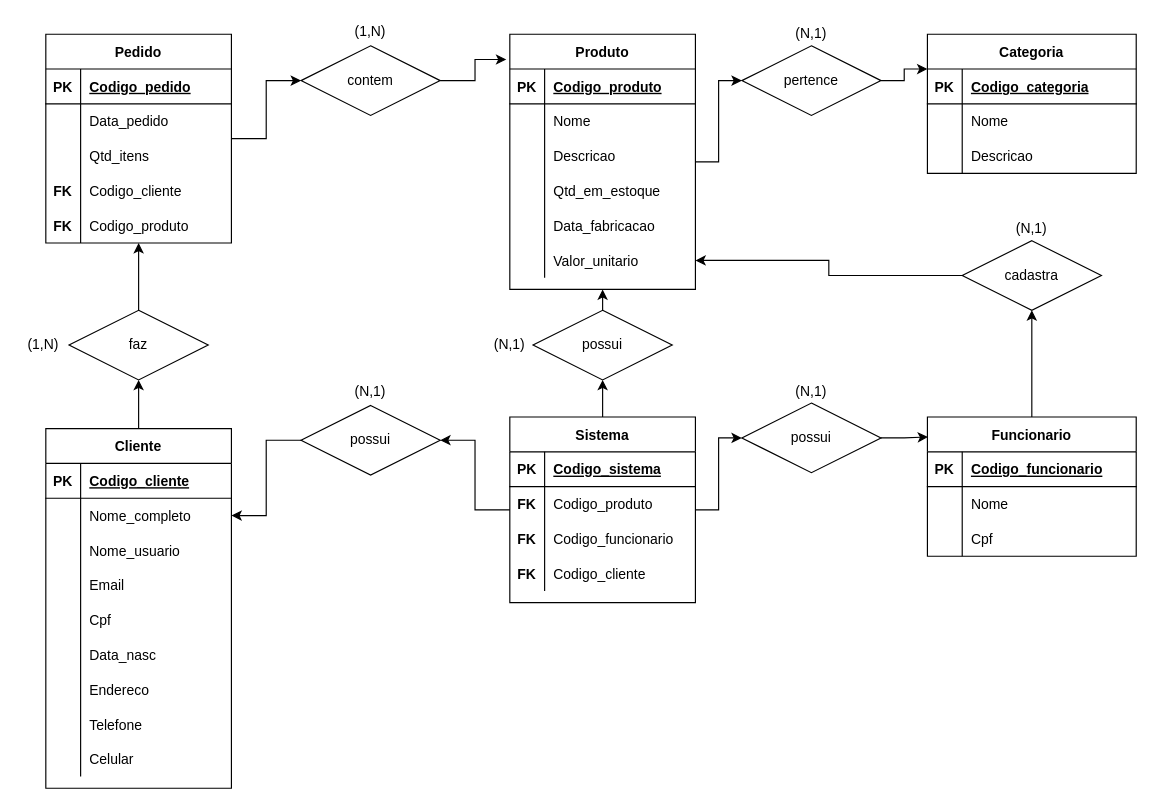
Before: diagrama-er-primeira-versao/diagramaER-turma07-grupo2.drawio in liagiu/projeto-bd-serratec, a draw.io diagram. Source tidied: cells renumbered, new cells numbered last; positions are measured from the earlier drawing's top-left corner, leaving out a move shared by most shapes. Both pictures are drawn from the tidied source at 116%, with x=0, y=0 at pixel (20, 20).
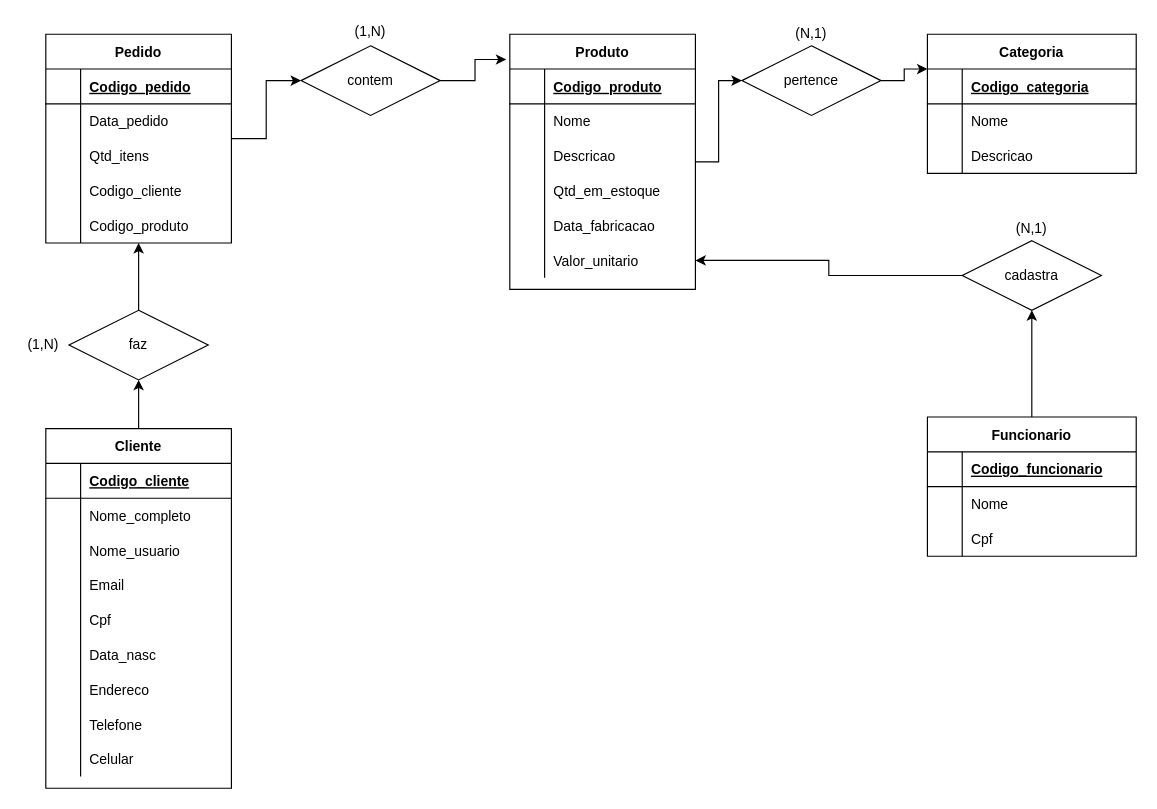
Above is the later version.

Commit message (it also covers changes not shown here):
Adiciona diagrama ER normalizado

Unchanged cells that the change refers to:
```xml
<mxCell id="3" value="Produto" style="shape=table;startSize=30;childLayout=tableLayout;rowLines=0;fontStyle=1;align=center;" parent="1" vertex="1">
  <mxGeometry x="422" y="12" width="160" height="220" as="geometry" />
</mxCell>
<mxCell id="4" style="shape=partialRectangle;fillColor=none;top=0;left=0;bottom=1;right=0;" parent="3" vertex="1">
  <mxGeometry y="30" width="160" height="30" as="geometry" />
</mxCell>
<mxCell id="23" style="shape=partialRectangle;fillColor=none;top=0;left=0;bottom=1;right=0;" parent="22" vertex="1">
  <mxGeometry y="30" width="180" height="30" as="geometry" />
</mxCell>
<mxCell id="34" style="shape=partialRectangle;fillColor=none;top=0;left=0;bottom=1;right=0;" parent="33" vertex="1">
  <mxGeometry y="30" width="160" height="30" as="geometry" />
</mxCell>
<mxCell id="37" style="shape=partialRectangle;fillColor=none;top=0;left=0;bottom=0;right=0;points=[[0,0.5],[1,0.5]];portConstraint=eastwest;" parent="33" vertex="1">
  <mxGeometry y="60" width="160" height="30" as="geometry" />
</mxCell>
<mxCell id="63" style="shape=partialRectangle;fillColor=none;top=0;left=0;bottom=1;right=0;" parent="62" vertex="1">
  <mxGeometry y="30" width="160" height="30" as="geometry" />
</mxCell>
<mxCell id="72" style="shape=partialRectangle;fillColor=none;top=0;left=0;bottom=0;right=0;" parent="62" vertex="1">
  <mxGeometry y="120" width="160" height="30" as="geometry" />
</mxCell>
<mxCell id="75" style="shape=partialRectangle;fillColor=none;top=0;left=0;bottom=0;right=0;" parent="62" vertex="1">
  <mxGeometry y="150" width="160" height="30" as="geometry" />
</mxCell>
<mxCell id="79" value="Funcionario" style="shape=table;startSize=30;childLayout=tableLayout;rowLines=0;fontStyle=1;align=center;" parent="1" vertex="1">
  <mxGeometry x="782" y="342" width="180" height="120" as="geometry" />
</mxCell>
<mxCell id="80" style="shape=partialRectangle;fillColor=none;top=0;left=0;bottom=1;right=0;" parent="79" vertex="1">
  <mxGeometry y="30" width="180" height="30" as="geometry" />
</mxCell>
```

Change to the diagram source:
```diff
@@
-    <mxCell id="5" value="PK" style="shape=partialRectangle;fillColor=none;top=0;left=0;bottom=0;right=0;fontStyle=1;overflow=hidden;" parent="4" vertex="1">
+    <mxCell id="5" style="shape=partialRectangle;fillColor=none;top=0;left=0;bottom=0;right=0;fontStyle=1;overflow=hidden;" parent="4" vertex="1">
       <mxGeometry width="30" height="30" as="geometry" />
     </mxCell>
@@
-    <mxCell id="24" value="PK" style="shape=partialRectangle;fillColor=none;top=0;left=0;bottom=0;right=0;fontStyle=1;overflow=hidden;" parent="23" vertex="1">
+    <mxCell id="24" style="shape=partialRectangle;fillColor=none;top=0;left=0;bottom=0;right=0;fontStyle=1;overflow=hidden;" parent="23" vertex="1">
       <mxGeometry width="30" height="30" as="geometry" />
     </mxCell>
@@
-    <mxCell id="35" value="PK" style="shape=partialRectangle;fillColor=none;top=0;left=0;bottom=0;right=0;fontStyle=1;overflow=hidden;" parent="34" vertex="1">
+    <mxCell id="35" style="shape=partialRectangle;fillColor=none;top=0;left=0;bottom=0;right=0;fontStyle=1;overflow=hidden;" parent="34" vertex="1">
       <mxGeometry width="30" height="30" as="geometry" />
     </mxCell>
@@
-    <mxCell id="64" value="PK" style="shape=partialRectangle;fillColor=none;top=0;left=0;bottom=0;right=0;fontStyle=1;overflow=hidden;" parent="63" vertex="1">
+    <mxCell id="64" style="shape=partialRectangle;fillColor=none;top=0;left=0;bottom=0;right=0;fontStyle=1;overflow=hidden;" parent="63" vertex="1">
       <mxGeometry width="30" height="30" as="geometry" />
     </mxCell>
@@
-    <mxCell id="73" value="FK" style="shape=partialRectangle;fillColor=none;top=0;left=0;bottom=0;right=0;overflow=hidden;fontStyle=1;" parent="72" vertex="1">
+    <mxCell id="73" style="shape=partialRectangle;fillColor=none;top=0;left=0;bottom=0;right=0;overflow=hidden;fontStyle=1;" parent="72" vertex="1">
       <mxGeometry width="30" height="30" as="geometry" />
     </mxCell>
@@
-    <mxCell id="76" value="FK" style="shape=partialRectangle;fillColor=none;top=0;left=0;bottom=0;right=0;overflow=hidden;fontStyle=1;" parent="75" vertex="1">
+    <mxCell id="76" style="shape=partialRectangle;fillColor=none;top=0;left=0;bottom=0;right=0;overflow=hidden;fontStyle=1;" parent="75" vertex="1">
       <mxGeometry width="30" height="30" as="geometry" />
     </mxCell>
@@
-    <mxCell id="81" value="PK" style="shape=partialRectangle;fillColor=none;top=0;left=0;bottom=0;right=0;fontStyle=1;overflow=hidden;" parent="80" vertex="1">
-      <mxGeometry width="30" height="30" as="geometry" />
-    </mxCell>
+    <mxCell id="126" style="shape=partialRectangle;fillColor=none;top=0;left=0;bottom=0;right=0;fontStyle=1;overflow=hidden;" parent="80" vertex="1">
+      <mxGeometry width="30" height="30" as="geometry" />
+    </mxCell>
@@
-    <mxCell id="89" style="edgeStyle=orthogonalEdgeStyle;rounded=0;jettySize=auto;html=1;entryX=1;entryY=0.5;entryDx=0;entryDy=0;" parent="1" edge="1" source="92" target="106">
-      <mxGeometry relative="1" as="geometry" />
-    </mxCell>
-    <mxCell id="90" style="edgeStyle=orthogonalEdgeStyle;rounded=0;jettySize=auto;html=1;entryX=0.5;entryY=1;entryDx=0;entryDy=0;" parent="1" edge="1" source="92" target="109">
-      <mxGeometry relative="1" as="geometry" />
-    </mxCell>
-    <mxCell id="91" style="edgeStyle=orthogonalEdgeStyle;rounded=0;jettySize=auto;html=1;entryX=0;entryY=0.5;entryDx=0;entryDy=0;" parent="1" edge="1" source="92" target="112">
-      <mxGeometry relative="1" as="geometry" />
-    </mxCell>
-    <mxCell id="92" value="Sistema" style="shape=table;startSize=30;childLayout=tableLayout;rowLines=0;fontStyle=1;align=center;" parent="1" vertex="1">
-      <mxGeometry x="422" y="342" width="160" height="160" as="geometry" />
-    </mxCell>
-    <mxCell id="93" style="shape=partialRectangle;fillColor=none;top=0;left=0;bottom=1;right=0;" parent="92" vertex="1">
-      <mxGeometry y="30" width="160" height="30" as="geometry" />
-    </mxCell>
-    <mxCell id="94" value="PK" style="shape=partialRectangle;fillColor=none;top=0;left=0;bottom=0;right=0;fontStyle=1;overflow=hidden;" parent="93" vertex="1">
-      <mxGeometry width="30" height="30" as="geometry" />
-    </mxCell>
-    <mxCell id="95" value="Codigo_sistema" style="shape=partialRectangle;fillColor=none;top=0;left=0;bottom=0;right=0;align=left;spacingLeft=6;fontStyle=5;overflow=hidden;" parent="93" vertex="1">
-      <mxGeometry x="30" width="130" height="30" as="geometry" />
-    </mxCell>
-    <mxCell id="96" style="shape=partialRectangle;fillColor=none;top=0;left=0;bottom=0;right=0;" parent="92" vertex="1">
-      <mxGeometry y="60" width="160" height="30" as="geometry" />
-    </mxCell>
-    <mxCell id="97" value="FK" style="shape=partialRectangle;fillColor=none;top=0;left=0;bottom=0;right=0;overflow=hidden;fontStyle=1;" parent="96" vertex="1">
-      <mxGeometry width="30" height="30" as="geometry" />
-    </mxCell>
-    <mxCell id="98" value="Codigo_produto" style="shape=partialRectangle;fillColor=none;top=0;left=0;bottom=0;right=0;align=left;spacingLeft=6;overflow=hidden;" parent="96" vertex="1">
-      <mxGeometry x="30" width="130" height="30" as="geometry" />
-    </mxCell>
-    <mxCell id="99" style="shape=partialRectangle;fillColor=none;top=0;left=0;bottom=0;right=0;" parent="92" vertex="1">
-      <mxGeometry y="90" width="160" height="30" as="geometry" />
-    </mxCell>
-    <mxCell id="100" value="FK" style="shape=partialRectangle;fillColor=none;top=0;left=0;bottom=0;right=0;overflow=hidden;fontStyle=1;" parent="99" vertex="1">
-      <mxGeometry width="30" height="30" as="geometry" />
-    </mxCell>
-    <mxCell id="101" value="Codigo_funcionario" style="shape=partialRectangle;fillColor=none;top=0;left=0;bottom=0;right=0;align=left;spacingLeft=6;overflow=hidden;" parent="99" vertex="1">
-      <mxGeometry x="30" width="130" height="30" as="geometry" />
-    </mxCell>
-    <mxCell id="102" style="shape=partialRectangle;fillColor=none;top=0;left=0;bottom=0;right=0;" parent="92" vertex="1">
-      <mxGeometry y="120" width="160" height="30" as="geometry" />
-    </mxCell>
-    <mxCell id="103" value="FK" style="shape=partialRectangle;fillColor=none;top=0;left=0;bottom=0;right=0;overflow=hidden;fontStyle=1;" parent="102" vertex="1">
-      <mxGeometry width="30" height="30" as="geometry" />
-    </mxCell>
-    <mxCell id="104" value="Codigo_cliente" style="shape=partialRectangle;fillColor=none;top=0;left=0;bottom=0;right=0;align=left;spacingLeft=6;overflow=hidden;" parent="102" vertex="1">
-      <mxGeometry x="30" width="130" height="30" as="geometry" />
-    </mxCell>
-    <mxCell id="105" style="edgeStyle=orthogonalEdgeStyle;rounded=0;jettySize=auto;html=1;exitX=0;exitY=0.5;exitDx=0;exitDy=0;" parent="1" edge="1" source="106" target="37">
-      <mxGeometry relative="1" as="geometry" />
-    </mxCell>
-    <mxCell id="106" value="possui" style="shape=rhombus;perimeter=rhombusPerimeter;whiteSpace=wrap;html=1;align=center;" parent="1" vertex="1">
-      <mxGeometry x="242" y="332" width="120" height="60" as="geometry" />
-    </mxCell>
-    <mxCell id="107" value="(N,1)" style="text;html=1;strokeColor=none;fillColor=none;align=center;verticalAlign=middle;whiteSpace=wrap;rounded=0;" parent="1" vertex="1">
-      <mxGeometry x="282" y="310" width="40" height="20" as="geometry" />
-    </mxCell>
-    <mxCell id="108" style="edgeStyle=orthogonalEdgeStyle;rounded=0;jettySize=auto;html=1;exitX=0.5;exitY=0;exitDx=0;exitDy=0;entryX=0.5;entryY=1;entryDx=0;entryDy=0;" parent="1" edge="1" source="109" target="3">
-      <mxGeometry relative="1" as="geometry" />
-    </mxCell>
-    <mxCell id="109" value="possui" style="shape=rhombus;perimeter=rhombusPerimeter;whiteSpace=wrap;html=1;align=center;" parent="1" vertex="1">
-      <mxGeometry x="442" y="250" width="120" height="60" as="geometry" />
-    </mxCell>
-    <mxCell id="110" value="(N,1)" style="text;html=1;strokeColor=none;fillColor=none;align=center;verticalAlign=middle;whiteSpace=wrap;rounded=0;" parent="1" vertex="1">
-      <mxGeometry x="402" y="270" width="40" height="20" as="geometry" />
-    </mxCell>
-    <mxCell id="111" style="edgeStyle=orthogonalEdgeStyle;rounded=0;jettySize=auto;html=1;entryX=0.003;entryY=0.143;entryDx=0;entryDy=0;entryPerimeter=0;" parent="1" edge="1" source="112" target="79">
-      <mxGeometry relative="1" as="geometry" />
-    </mxCell>
-    <mxCell id="112" value="possui" style="shape=rhombus;perimeter=rhombusPerimeter;whiteSpace=wrap;html=1;align=center;" parent="1" vertex="1">
-      <mxGeometry x="622" y="330" width="120" height="60" as="geometry" />
-    </mxCell>
-    <mxCell id="113" value="(N,1)" style="text;html=1;strokeColor=none;fillColor=none;align=center;verticalAlign=middle;whiteSpace=wrap;rounded=0;" parent="1" vertex="1">
-      <mxGeometry x="662" y="310" width="40" height="20" as="geometry" />
-    </mxCell>
```
